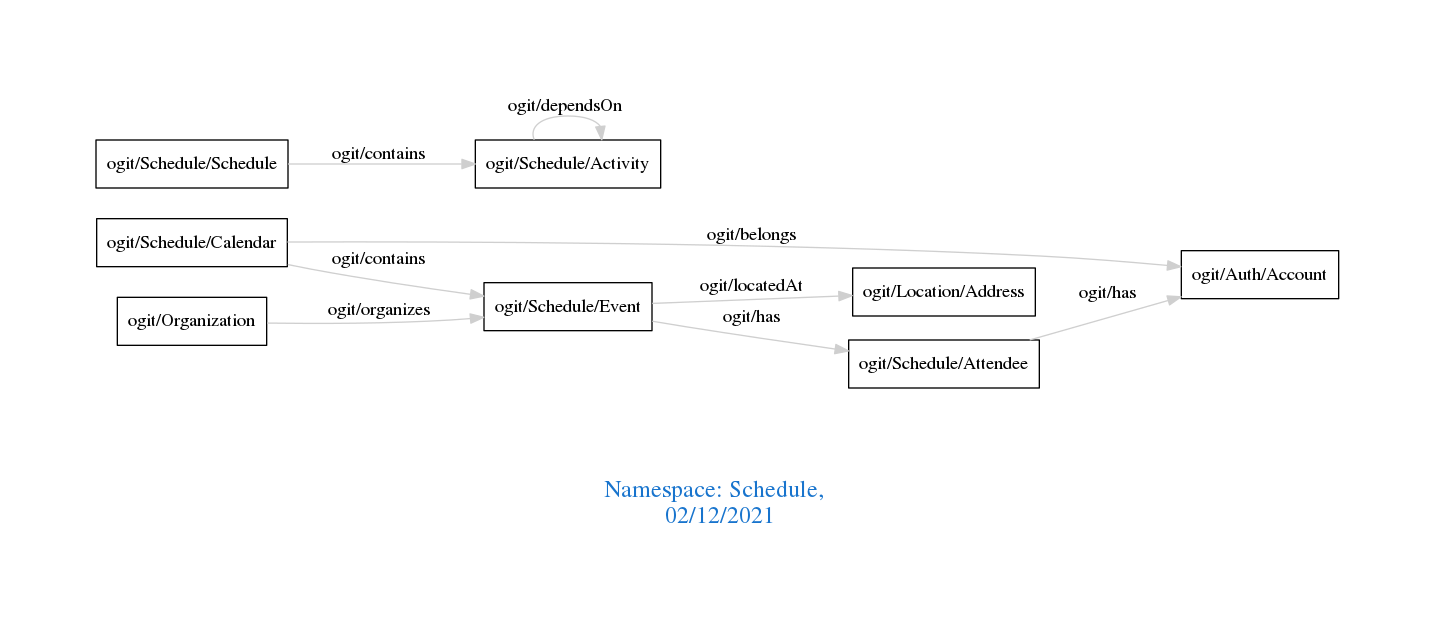
Earlier version of the Graphviz export downloads/Schedule.png (arago/OGIT). Its source is kept beside it as downloads/Schedule.dot.
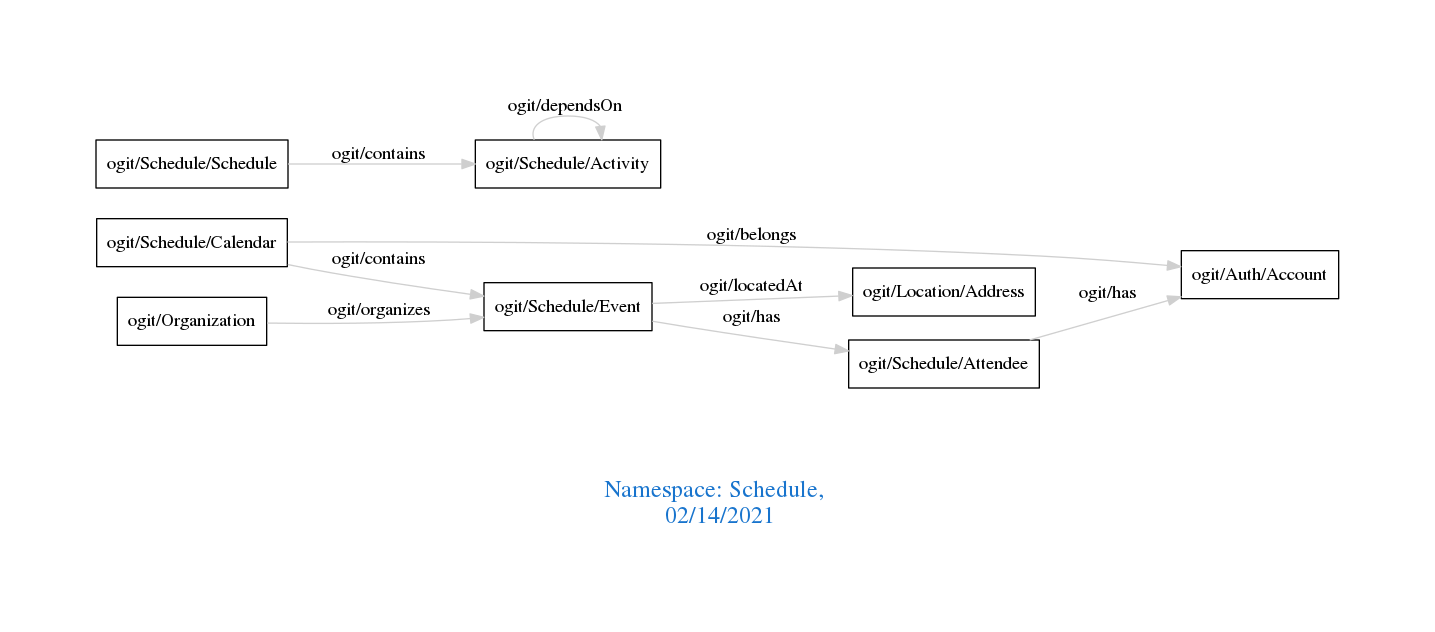
The same diagram one commit later.

Diff of the diagram source:
```diff
@@ -1,7 +1,7 @@
 digraph OGIT_ontology {
  graph [ rankdir= LR,pad=1
 fontsize = 18,
-fontcolor= dodgerblue3,label = "\n\n\nNamespace: Schedule, \n 02/12/2021"];
+fontcolor= dodgerblue3,label = "\n\n\nNamespace: Schedule, \n 02/14/2021"];
 node[shape=polygon];
 edge [  color="gray81"];
 
```
